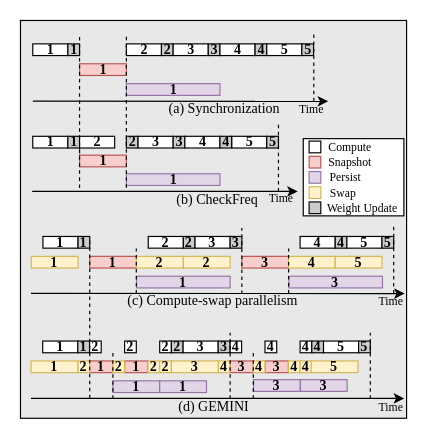
Above: fig/pipeline_mot.drawio in icszhr/NCheck (draw.io), before the change. Source tidied: cells renumbered, new cells numbered last; positions are measured from the earlier drawing's top-left corner, leaving out a move shared by most shapes. Both pictures are drawn from the tidied source at 117%, with x=0, y=0 at pixel (20, 20).
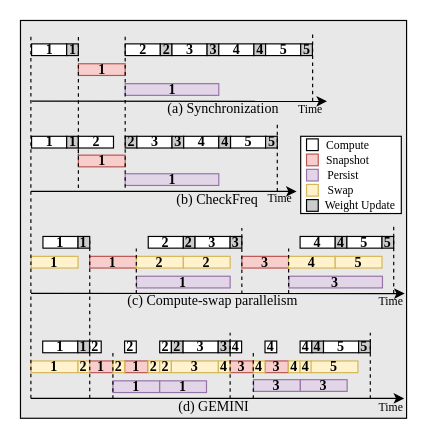
Above is the later version.

The edit, as a diff of the source:
```diff
@@
     <mxCell id="3" style="rounded=0;whiteSpace=wrap;html=1;" parent="1" vertex="1">
-      <mxGeometry x="241.7" y="101" width="86" height="66" as="geometry" />
+      <mxGeometry x="239.5" y="99" width="86" height="66" as="geometry" />
     </mxCell>
     <mxCell id="4" value="1" style="whiteSpace=wrap;fontFamily=Times New Roman;fontSize=12;fontStyle=1;labelPosition=center;verticalLabelPosition=middle;align=center;verticalAlign=middle;spacing=0;" parent="1" vertex="1">
-      <mxGeometry x="10.5" y="20" width="30" height="10" as="geometry" />
+      <mxGeometry x="9.5" y="20" width="30" height="10" as="geometry" />
     </mxCell>
     <mxCell id="5" value="1" style="whiteSpace=wrap;fillColor=#e1d5e7;fontFamily=Times New Roman;fontSize=12;fontStyle=1;labelPosition=center;verticalLabelPosition=middle;align=center;verticalAlign=middle;spacing=0;strokeColor=#9673a6;" parent="1" vertex="1">
-      <mxGeometry x="90.5" y="54" width="80" height="10" as="geometry" />
+      <mxGeometry x="89.5" y="54" width="80" height="10" as="geometry" />
     </mxCell>
     <mxCell id="6" value="1" style="whiteSpace=wrap;fillColor=#f8cecc;fontFamily=Times New Roman;fontSize=12;fontStyle=1;labelPosition=center;verticalLabelPosition=middle;align=center;verticalAlign=middle;spacing=0;strokeColor=#b85450;" parent="1" vertex="1">
-      <mxGeometry x="50.5" y="37" width="40" height="10" as="geometry" />
+      <mxGeometry x="49.5" y="37" width="40" height="10" as="geometry" />
     </mxCell>
     <mxCell id="7" style="whiteSpace=wrap;html=1;fillColor=#FFFFFF;fontFamily=Times New Roman;" parent="1" vertex="1">
-      <mxGeometry x="246.7" y="103.1" width="10" height="10" as="geometry" />
+      <mxGeometry x="244.5" y="101.2" width="10" height="10" as="geometry" />
     </mxCell>
     <mxCell id="8" style="whiteSpace=wrap;html=1;fillColor=#f8cecc;fontFamily=Times New Roman;strokeColor=#b85450;" parent="1" vertex="1">
-      <mxGeometry x="246.7" y="116.1" width="10" height="10" as="geometry" />
+      <mxGeometry x="244.5" y="114.2" width="10" height="10" as="geometry" />
     </mxCell>
     <mxCell id="9" style="whiteSpace=wrap;html=1;fillColor=#fff2cc;fontFamily=Times New Roman;strokeColor=#d6b656;" parent="1" vertex="1">
-      <mxGeometry x="246.7" y="142.1" width="10" height="10" as="geometry" />
+      <mxGeometry x="244.5" y="140.1" width="10" height="10" as="geometry" />
     </mxCell>
     <mxCell id="10" style="whiteSpace=wrap;html=1;fillColor=#e1d5e7;fontFamily=Times New Roman;strokeColor=#9673a6;" parent="1" vertex="1">
-      <mxGeometry x="246.7" y="129.1" width="10" height="10" as="geometry" />
+      <mxGeometry x="244.5" y="127.2" width="10" height="10" as="geometry" />
     </mxCell>
     <mxCell id="11" value="&lt;p style=&quot;line-height: 100%;&quot;&gt;&lt;font style=&quot;font-size: 10px;&quot;&gt;Compute&lt;/font&gt;&lt;/p&gt;" style="text;html=1;align=center;verticalAlign=middle;whiteSpace=wrap;rounded=0;fontFamily=Times New Roman;" parent="1" vertex="1">
-      <mxGeometry x="256.7" y="103.1" width="50" height="10" as="geometry" />
+      <mxGeometry x="254.5" y="101.2" width="50" height="10" as="geometry" />
     </mxCell>
     <mxCell id="12" value="&lt;p style=&quot;line-height: 100%;&quot;&gt;&lt;font style=&quot;font-size: 10px;&quot;&gt;Swap&lt;/font&gt;&lt;/p&gt;" style="text;html=1;align=center;verticalAlign=middle;whiteSpace=wrap;rounded=0;fontFamily=Times New Roman;" parent="1" vertex="1">
-      <mxGeometry x="250.7" y="142.1" width="50" height="10" as="geometry" />
+      <mxGeometry x="248.5" y="140.1" width="50" height="10" as="geometry" />
     </mxCell>
     <mxCell id="13" value="&lt;p style=&quot;line-height: 100%;&quot;&gt;&lt;span style=&quot;font-size: 10px;&quot;&gt;Snapshot&lt;/span&gt;&lt;/p&gt;" style="text;html=1;align=center;verticalAlign=middle;whiteSpace=wrap;rounded=0;fontFamily=Times New Roman;" parent="1" vertex="1">
-      <mxGeometry x="256.7" y="116.1" width="50" height="10" as="geometry" />
+      <mxGeometry x="254.5" y="114.2" width="50" height="10" as="geometry" />
     </mxCell>
     <mxCell id="14" value="&lt;p style=&quot;line-height: 100%;&quot;&gt;&lt;font style=&quot;font-size: 10px;&quot;&gt;Persist&lt;/font&gt;&lt;/p&gt;" style="text;html=1;align=center;verticalAlign=middle;whiteSpace=wrap;rounded=0;fontFamily=Times New Roman;" parent="1" vertex="1">
-      <mxGeometry x="252.7" y="129.1" width="50" height="10" as="geometry" />
+      <mxGeometry x="250.5" y="127.2" width="50" height="10" as="geometry" />
     </mxCell>
     <mxCell id="15" value="1" style="whiteSpace=wrap;fontFamily=Times New Roman;fontSize=12;fontStyle=1;labelPosition=center;verticalLabelPosition=middle;align=center;verticalAlign=middle;spacing=0;fillColor=#CCCCCC;" parent="1" vertex="1">
-      <mxGeometry x="40.5" y="20" width="10" height="10" as="geometry" />
+      <mxGeometry x="39.5" y="20" width="10" height="10" as="geometry" />
     </mxCell>
     <mxCell id="16" value="2" style="whiteSpace=wrap;fontFamily=Times New Roman;fontSize=12;fontStyle=1;labelPosition=center;verticalLabelPosition=middle;align=center;verticalAlign=middle;spacing=0;" parent="1" vertex="1">
-      <mxGeometry x="90.5" y="20" width="30" height="10" as="geometry" />
+      <mxGeometry x="89.5" y="20" width="30" height="10" as="geometry" />
     </mxCell>
     <mxCell id="17" value="2" style="whiteSpace=wrap;fontFamily=Times New Roman;fontSize=12;fontStyle=1;labelPosition=center;verticalLabelPosition=middle;align=center;verticalAlign=middle;spacing=0;fillColor=#CCCCCC;" parent="1" vertex="1">
-      <mxGeometry x="120.5" y="20" width="10" height="10" as="geometry" />
+      <mxGeometry x="119.5" y="20" width="10" height="10" as="geometry" />
     </mxCell>
     <mxCell id="18" value="3" style="whiteSpace=wrap;fontFamily=Times New Roman;fontSize=12;fontStyle=1;labelPosition=center;verticalLabelPosition=middle;align=center;verticalAlign=middle;spacing=0;" parent="1" vertex="1">
-      <mxGeometry x="130.5" y="20" width="30" height="10" as="geometry" />
+      <mxGeometry x="129.5" y="20" width="30" height="10" as="geometry" />
     </mxCell>
     <mxCell id="19" value="3" style="whiteSpace=wrap;fontFamily=Times New Roman;fontSize=12;fontStyle=1;labelPosition=center;verticalLabelPosition=middle;align=center;verticalAlign=middle;spacing=0;fillColor=#CCCCCC;" parent="1" vertex="1">
-      <mxGeometry x="160.5" y="20" width="10" height="10" as="geometry" />
+      <mxGeometry x="159.5" y="20" width="10" height="10" as="geometry" />
     </mxCell>
     <mxCell id="20" value="(a) Synchronization" style="text;html=1;align=center;verticalAlign=middle;whiteSpace=wrap;rounded=0;fontFamily=Times New Roman;fontSize=12;fontStyle=0;labelPosition=center;verticalLabelPosition=middle;spacing=0;" parent="1" vertex="1">
-      <mxGeometry x="122.5" y="61" width="103" height="30" as="geometry" />
+      <mxGeometry x="121.5" y="61" width="103" height="30" as="geometry" />
     </mxCell>
@@
     <mxCell id="22" value="1" style="whiteSpace=wrap;fontSize=12;fontFamily=Times New Roman;fontStyle=1;labelPosition=center;verticalLabelPosition=middle;align=center;verticalAlign=middle;spacing=0;" parent="1" vertex="1">
-      <mxGeometry x="10.5" y="99" width="30" height="10" as="geometry" />
+      <mxGeometry x="9.5" y="99" width="30" height="10" as="geometry" />
     </mxCell>
     <mxCell id="23" value="1" style="whiteSpace=wrap;fillColor=#e1d5e7;fontSize=12;fontFamily=Times New Roman;fontStyle=1;labelPosition=center;verticalLabelPosition=middle;align=center;verticalAlign=middle;spacing=0;strokeColor=#9673a6;" parent="1" vertex="1">
-      <mxGeometry x="90.5" y="131" width="80" height="10" as="geometry" />
+      <mxGeometry x="89.5" y="131" width="80" height="10" as="geometry" />
     </mxCell>
     <mxCell id="24" value="1" style="whiteSpace=wrap;fillColor=#f8cecc;fontSize=12;fontFamily=Times New Roman;fontStyle=1;labelPosition=center;verticalLabelPosition=middle;align=center;verticalAlign=middle;spacing=0;strokeColor=#b85450;" parent="1" vertex="1">
-      <mxGeometry x="50.5" y="115.1" width="40" height="10" as="geometry" />
+      <mxGeometry x="49.5" y="115.1" width="40" height="10" as="geometry" />
     </mxCell>
@@
     <mxCell id="26" value="1" style="whiteSpace=wrap;fontSize=12;fontFamily=Times New Roman;fontStyle=1;labelPosition=center;verticalLabelPosition=middle;align=center;verticalAlign=middle;spacing=0;fillColor=#CCCCCC;" parent="1" vertex="1">
-      <mxGeometry x="40.5" y="99" width="10" height="10" as="geometry" />
+      <mxGeometry x="39.5" y="99" width="10" height="10" as="geometry" />
     </mxCell>
     <mxCell id="27" value="2" style="whiteSpace=wrap;fontSize=12;fontFamily=Times New Roman;fontStyle=1;labelPosition=center;verticalLabelPosition=middle;align=center;verticalAlign=middle;spacing=0;" parent="1" vertex="1">
-      <mxGeometry x="50.5" y="99" width="30" height="10" as="geometry" />
+      <mxGeometry x="49.5" y="99" width="30" height="10" as="geometry" />
     </mxCell>
     <mxCell id="28" value="2" style="whiteSpace=wrap;fontSize=12;fontFamily=Times New Roman;fontStyle=1;labelPosition=center;verticalLabelPosition=middle;align=center;verticalAlign=middle;spacing=0;fillColor=#CCCCCC;" parent="1" vertex="1">
-      <mxGeometry x="90.5" y="99" width="10" height="10" as="geometry" />
+      <mxGeometry x="89.5" y="99" width="10" height="10" as="geometry" />
     </mxCell>
     <mxCell id="29" value="3" style="whiteSpace=wrap;fontSize=12;fontFamily=Times New Roman;fontStyle=1;labelPosition=center;verticalLabelPosition=middle;align=center;verticalAlign=middle;spacing=0;" parent="1" vertex="1">
-      <mxGeometry x="100.5" y="99" width="30" height="10" as="geometry" />
+      <mxGeometry x="99.5" y="99" width="30" height="10" as="geometry" />
     </mxCell>
     <mxCell id="30" value="3" style="whiteSpace=wrap;fontSize=12;fontFamily=Times New Roman;fontStyle=1;labelPosition=center;verticalLabelPosition=middle;align=center;verticalAlign=middle;spacing=0;fillColor=#CCCCCC;" parent="1" vertex="1">
-      <mxGeometry x="130.5" y="99" width="10" height="10" as="geometry" />
+      <mxGeometry x="129.5" y="99" width="10" height="10" as="geometry" />
     </mxCell>
     <mxCell id="31" value="4" style="whiteSpace=wrap;fontFamily=Times New Roman;fontSize=12;fontStyle=1;labelPosition=center;verticalLabelPosition=middle;align=center;verticalAlign=middle;spacing=0;" parent="1" vertex="1">
-      <mxGeometry x="170.5" y="20" width="30" height="10" as="geometry" />
+      <mxGeometry x="169.5" y="20" width="30" height="10" as="geometry" />
     </mxCell>
     <mxCell id="32" value="4" style="whiteSpace=wrap;fontFamily=Times New Roman;fontSize=12;fontStyle=1;labelPosition=center;verticalLabelPosition=middle;align=center;verticalAlign=middle;spacing=0;fillColor=#CCCCCC;" parent="1" vertex="1">
-      <mxGeometry x="200.5" y="20" width="10" height="10" as="geometry" />
+      <mxGeometry x="199.5" y="20" width="10" height="10" as="geometry" />
     </mxCell>
     <mxCell id="33" value="4" style="whiteSpace=wrap;fontSize=12;fontFamily=Times New Roman;fontStyle=1;labelPosition=center;verticalLabelPosition=middle;align=center;verticalAlign=middle;spacing=0;" parent="1" vertex="1">
-      <mxGeometry x="140.5" y="99" width="30" height="10" as="geometry" />
+      <mxGeometry x="139.5" y="99" width="30" height="10" as="geometry" />
     </mxCell>
     <mxCell id="34" value="5" style="whiteSpace=wrap;fontFamily=Times New Roman;fontSize=12;fontStyle=1;labelPosition=center;verticalLabelPosition=middle;align=center;verticalAlign=middle;spacing=0;" parent="1" vertex="1">
-      <mxGeometry x="210.5" y="20" width="30" height="10" as="geometry" />
+      <mxGeometry x="209.5" y="20" width="30" height="10" as="geometry" />
     </mxCell>
     <mxCell id="35" value="5" style="whiteSpace=wrap;fontFamily=Times New Roman;fontSize=12;fontStyle=1;labelPosition=center;verticalLabelPosition=middle;align=center;verticalAlign=middle;spacing=0;fillColor=#CCCCCC;" parent="1" vertex="1">
-      <mxGeometry x="240.5" y="20" width="10" height="10" as="geometry" />
+      <mxGeometry x="239.5" y="20" width="10" height="10" as="geometry" />
     </mxCell>
     <mxCell id="36" value="5" style="whiteSpace=wrap;fontFamily=Times New Roman;fontSize=12;fontStyle=1;labelPosition=center;verticalLabelPosition=middle;align=center;verticalAlign=middle;spacing=0;" parent="1" vertex="1">
-      <mxGeometry x="180.5" y="99" width="30" height="10" as="geometry" />
+      <mxGeometry x="179.5" y="99" width="30" height="10" as="geometry" />
     </mxCell>
     <mxCell id="37" value="5" style="whiteSpace=wrap;fontFamily=Times New Roman;fontSize=12;fontStyle=1;labelPosition=center;verticalLabelPosition=middle;align=center;verticalAlign=middle;spacing=0;fillColor=#CCCCCC;" parent="1" vertex="1">
-      <mxGeometry x="210.5" y="99" width="10" height="10" as="geometry" />
+      <mxGeometry x="209.5" y="99" width="10" height="10" as="geometry" />
     </mxCell>
     <mxCell id="38" value="4" style="whiteSpace=wrap;fontSize=12;fontFamily=Times New Roman;fontStyle=1;labelPosition=center;verticalLabelPosition=middle;align=center;verticalAlign=middle;spacing=0;fillColor=#CCCCCC;" parent="1" vertex="1">
-      <mxGeometry x="170.5" y="99" width="10" height="10" as="geometry" />
+      <mxGeometry x="169.5" y="99" width="10" height="10" as="geometry" />
     </mxCell>
     <mxCell id="39" style="whiteSpace=wrap;html=1;fontFamily=Times New Roman;fillStyle=auto;fillColor=#CCCCCC;" parent="1" vertex="1">
-      <mxGeometry x="246.7" y="155.1" width="10" height="10" as="geometry" />
+      <mxGeometry x="244.5" y="153.1" width="10" height="10" as="geometry" />
     </mxCell>
     <mxCell id="40" value="&lt;p style=&quot;line-height: 100%;&quot;&gt;&lt;font style=&quot;font-size: 10px;&quot;&gt;Weight Update&lt;/font&gt;&lt;/p&gt;" style="text;html=1;align=center;verticalAlign=middle;whiteSpace=wrap;rounded=0;fontFamily=Times New Roman;" parent="1" vertex="1">
-      <mxGeometry x="256.7" y="155.1" width="71" height="10" as="geometry" />
+      <mxGeometry x="254.5" y="153.1" width="71" height="10" as="geometry" />
     </mxCell>
@@
     <mxCell id="102" style="endArrow=classic;html=1;rounded=0;" parent="1" edge="1">
       <mxGeometry relative="1" as="geometry">
-        <mxPoint x="10" y="146" as="sourcePoint" />
-        <mxPoint x="237" y="146.1" as="targetPoint" />
+        <mxPoint x="9" y="146" as="sourcePoint" />
+        <mxPoint x="236" y="146.1" as="targetPoint" />
       </mxGeometry>
     </mxCell>
     <mxCell id="103" value="&lt;p style=&quot;line-height: 100%;&quot;&gt;&lt;font style=&quot;font-size: 10px;&quot;&gt;Time&lt;/font&gt;&lt;/p&gt;" style="text;html=1;align=center;verticalAlign=middle;whiteSpace=wrap;rounded=0;fontFamily=Times New Roman;" parent="1" vertex="1">
-      <mxGeometry x="198.4" y="147" width="50" height="10" as="geometry" />
+      <mxGeometry x="197.4" y="147" width="50" height="10" as="geometry" />
     </mxCell>
     <mxCell id="104" style="endArrow=classic;html=1;rounded=0;" parent="1" edge="1">
       <mxGeometry relative="1" as="geometry">
-        <mxPoint x="10.6" y="69" as="sourcePoint" />
-        <mxPoint x="263" y="69.1" as="targetPoint" />
+        <mxPoint x="9.6" y="69" as="sourcePoint" />
+        <mxPoint x="262" y="69.1" as="targetPoint" />
       </mxGeometry>
     </mxCell>
     <mxCell id="105" value="&lt;p style=&quot;line-height: 100%;&quot;&gt;&lt;font style=&quot;font-size: 10px;&quot;&gt;Time&lt;/font&gt;&lt;/p&gt;" style="text;html=1;align=center;verticalAlign=middle;whiteSpace=wrap;rounded=0;fontFamily=Times New Roman;" parent="1" vertex="1">
-      <mxGeometry x="224" y="71" width="50" height="10" as="geometry" />
+      <mxGeometry x="223" y="71" width="50" height="10" as="geometry" />
     </mxCell>
@@
     <mxCell id="108" style="endArrow=none;html=1;rounded=0;dashed=1;" parent="1" edge="1">
       <mxGeometry relative="1" as="geometry">
-        <mxPoint x="250.7" y="69" as="sourcePoint" />
-        <mxPoint x="250.7" y="11" as="targetPoint" />
+        <mxPoint x="249.7" y="69" as="sourcePoint" />
+        <mxPoint x="249.7" y="11" as="targetPoint" />
       </mxGeometry>
     </mxCell>
     <mxCell id="109" style="endArrow=none;html=1;rounded=0;dashed=1;" parent="1" edge="1">
       <mxGeometry relative="1" as="geometry">
-        <mxPoint x="50.5" y="143.1" as="sourcePoint" />
-        <mxPoint x="50.5" y="13" as="targetPoint" />
+        <mxPoint x="49.5" y="143.1" as="sourcePoint" />
+        <mxPoint x="49.5" y="13" as="targetPoint" />
       </mxGeometry>
     </mxCell>
     <mxCell id="110" style="endArrow=none;html=1;rounded=0;dashed=1;" parent="1" edge="1">
       <mxGeometry relative="1" as="geometry">
-        <mxPoint x="90.5" y="143" as="sourcePoint" />
-        <mxPoint x="90.5" y="12.9" as="targetPoint" />
+        <mxPoint x="89.5" y="143" as="sourcePoint" />
+        <mxPoint x="89.5" y="12.9" as="targetPoint" />
       </mxGeometry>
     </mxCell>
     <mxCell id="111" style="endArrow=none;html=1;rounded=0;dashed=1;" parent="1" edge="1">
       <mxGeometry relative="1" as="geometry">
-        <mxPoint x="220.5" y="146.1" as="sourcePoint" />
-        <mxPoint x="220.5" y="89" as="targetPoint" />
+        <mxPoint x="219.5" y="146.1" as="sourcePoint" />
+        <mxPoint x="219.5" y="89" as="targetPoint" />
       </mxGeometry>
     </mxCell>
@@
+    <mxCell id="116" style="endArrow=none;html=1;rounded=0;dashed=1;" parent="1" edge="1">
+      <mxGeometry relative="1" as="geometry">
+        <mxPoint x="8.9" y="323" as="sourcePoint" />
+        <mxPoint x="8.9" y="12.4" as="targetPoint" />
+      </mxGeometry>
+    </mxCell>
```
